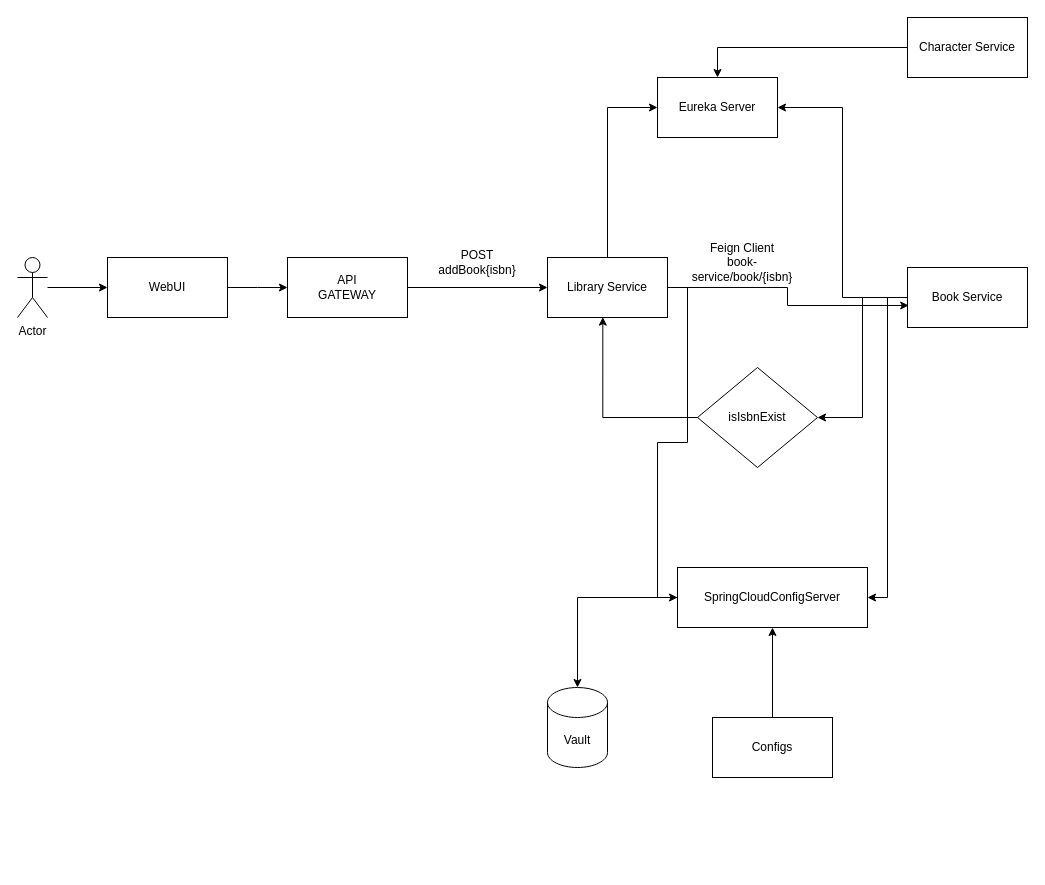
CemHarput/comicStore keeps this draw.io diagram as comicStore.drawio. Above is the earlier version. Source tidied: cells renumbered, new cells numbered last; positions are measured from the earlier drawing's top-left corner, leaving out a move shared by most shapes. Both pictures are drawn from the tidied source at 100%, with x=0, y=0 at pixel (17, 17).
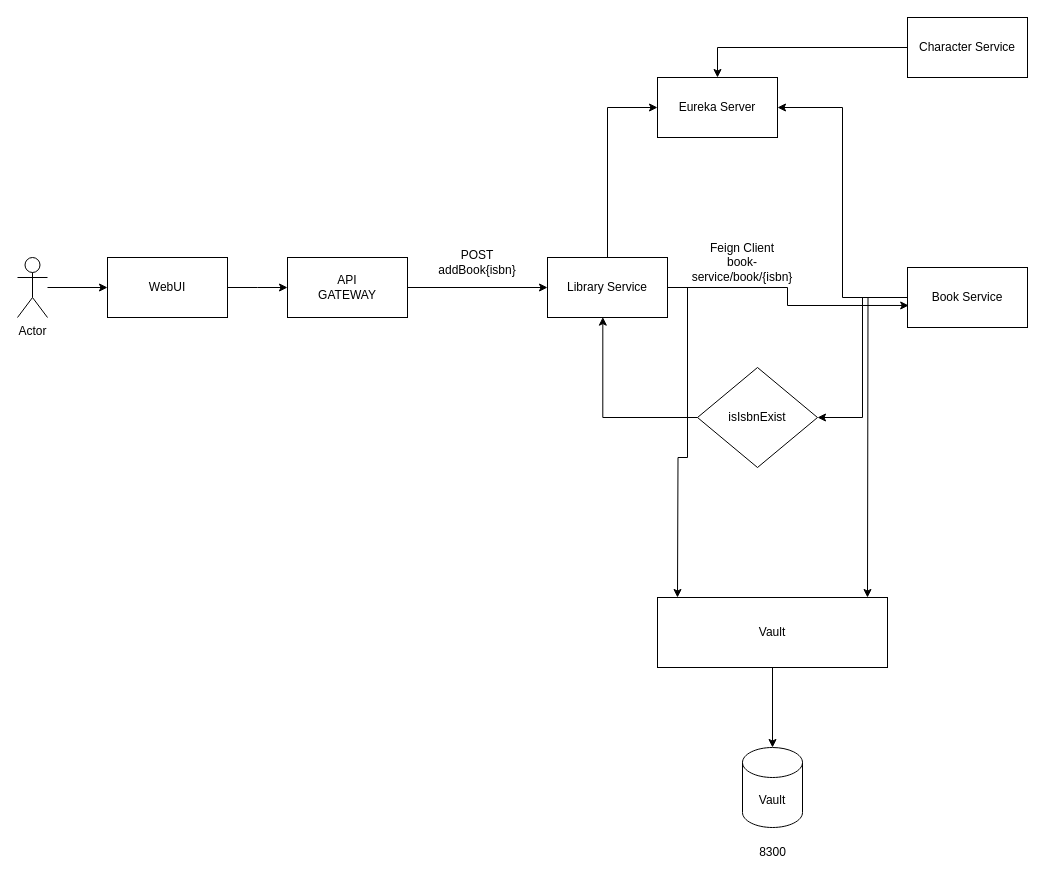
The same page after the edit.

Unchanged cells that the change refers to:
```xml
<mxCell id="10" value="Library Service" style="rounded=0;whiteSpace=wrap;html=1;rotation=0;" parent="1" vertex="1">
  <mxGeometry x="530" y="240" width="120" height="60" as="geometry" />
</mxCell>
<mxCell id="16" value="Book Service" style="rounded=0;whiteSpace=wrap;html=1;rotation=0;" parent="1" vertex="1">
  <mxGeometry x="890" y="250" width="120" height="60" as="geometry" />
</mxCell>
```

The edit, as a diff of the source:
```diff
@@
-    <mxCell id="9" style="edgeStyle=orthogonalEdgeStyle;rounded=0;jettySize=auto;html=1;entryX=0;entryY=0.5;entryDx=0;entryDy=0;" parent="1" edge="1" source="10" target="23">
-      <mxGeometry relative="1" as="geometry" />
+    <mxCell id="9" style="edgeStyle=orthogonalEdgeStyle;rounded=0;jettySize=auto;html=1;entryX=0;entryY=0.5;entryDx=0;entryDy=0;" parent="1" edge="1" source="10">
+      <mxGeometry relative="1" as="geometry">
+        <mxPoint x="660" y="580" as="targetPoint" />
+      </mxGeometry>
     </mxCell>
@@
-    <mxCell id="15" style="edgeStyle=orthogonalEdgeStyle;rounded=0;jettySize=auto;html=1;entryX=1;entryY=0.5;entryDx=0;entryDy=0;" parent="1" edge="1" source="16" target="23">
-      <mxGeometry relative="1" as="geometry" />
+    <mxCell id="15" style="edgeStyle=orthogonalEdgeStyle;rounded=0;jettySize=auto;html=1;entryX=1;entryY=0.5;entryDx=0;entryDy=0;" parent="1" edge="1" source="16">
+      <mxGeometry relative="1" as="geometry">
+        <mxPoint x="850" y="580" as="targetPoint" />
+      </mxGeometry>
     </mxCell>
@@
-    <mxCell id="23" value="SpringCloudConfigServer" style="rounded=0;whiteSpace=wrap;html=1;" parent="1" vertex="1">
-      <mxGeometry x="660" y="550" width="190" height="60" as="geometry" />
-    </mxCell>
     <mxCell id="24" value="Vault" style="shape=cylinder3;whiteSpace=wrap;html=1;boundedLbl=1;backgroundOutline=1;size=15;" parent="1" vertex="1">
-      <mxGeometry x="530" y="670" width="60" height="80" as="geometry" />
+      <mxGeometry x="725" y="730" width="60" height="80" as="geometry" />
     </mxCell>
-    <mxCell id="25" style="edgeStyle=orthogonalEdgeStyle;rounded=0;jettySize=auto;html=1;entryX=0.5;entryY=0;entryDx=0;entryDy=0;entryPerimeter=0;" parent="1" edge="1" source="23" target="24">
-      <mxGeometry relative="1" as="geometry" />
-    </mxCell>
-    <mxCell id="26" style="edgeStyle=orthogonalEdgeStyle;rounded=0;jettySize=auto;html=1;" parent="1" edge="1" source="27">
-      <mxGeometry relative="1" as="geometry">
-        <mxPoint x="755" y="610" as="targetPoint" />
-      </mxGeometry>
-    </mxCell>
-    <mxCell id="27" value="Configs" style="rounded=0;whiteSpace=wrap;html=1;" parent="1" vertex="1">
-      <mxGeometry x="695" y="700" width="120" height="60" as="geometry" />
-    </mxCell>
+    <mxCell id="28" value="8300" style="text;html=1;align=center;verticalAlign=middle;strokeColor=none;fillColor=none;" parent="1" vertex="1">
+      <mxGeometry x="730" y="820" width="50" height="30" as="geometry" />
+    </mxCell>
+    <mxCell id="29" value="Vault" style="rounded=0;whiteSpace=wrap;html=1;" parent="1" vertex="1">
+      <mxGeometry x="640" y="580" width="230" height="70" as="geometry" />
+    </mxCell>
+    <mxCell id="30" style="edgeStyle=orthogonalEdgeStyle;rounded=0;jettySize=auto;html=1;entryX=0.5;entryY=0;entryDx=0;entryDy=0;entryPerimeter=0;" parent="1" edge="1" source="29" target="24">
+      <mxGeometry relative="1" as="geometry" />
+    </mxCell>
```
